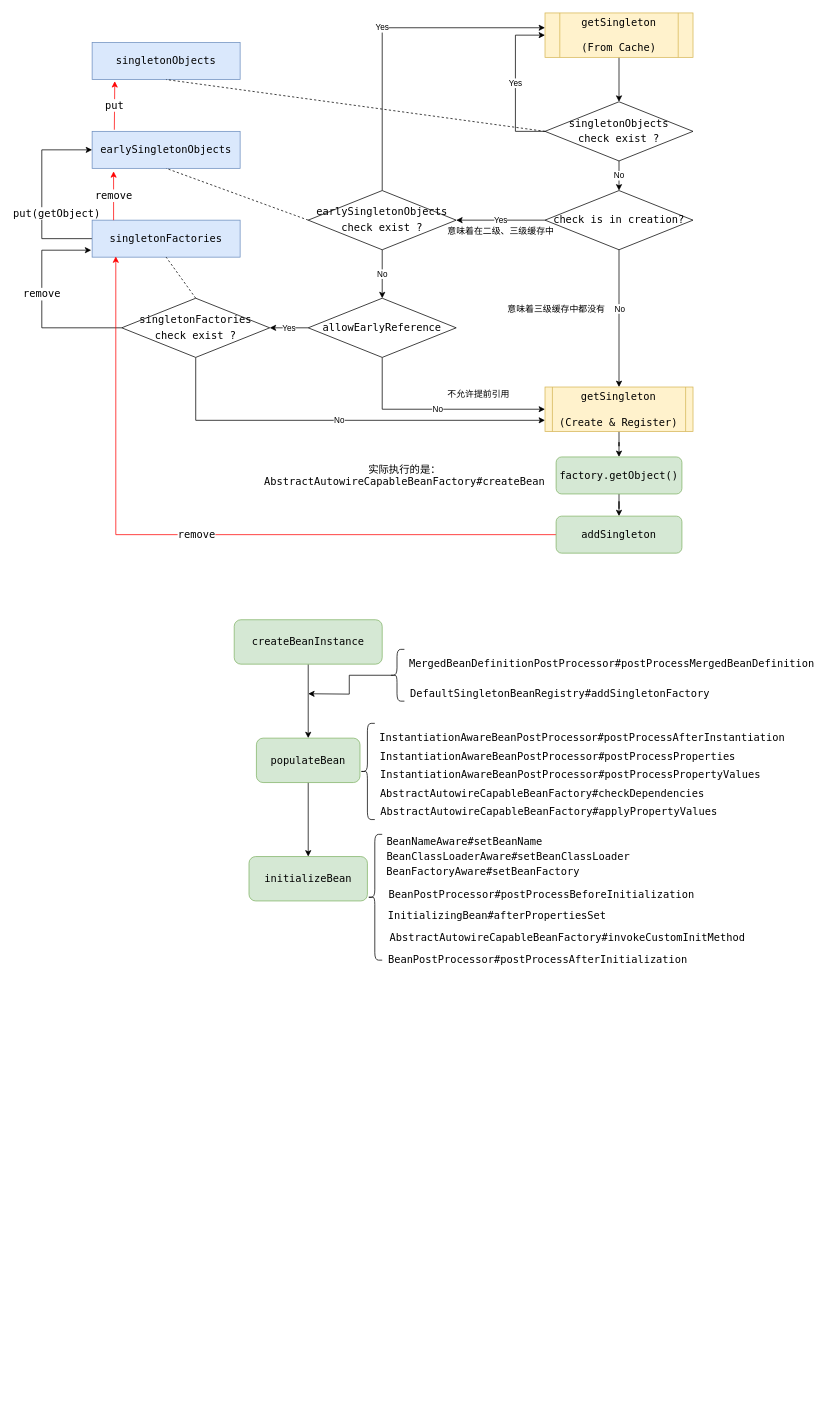
Above: Untitled Diagram.drawio in samson-bu/images (draw.io), before the change. Source tidied: cells renumbered, new cells numbered last; positions are measured from the earlier drawing's top-left corner, leaving out a move shared by most shapes. Both pictures are drawn from the tidied source at 74%, with x=0, y=0 at pixel (41, 13).
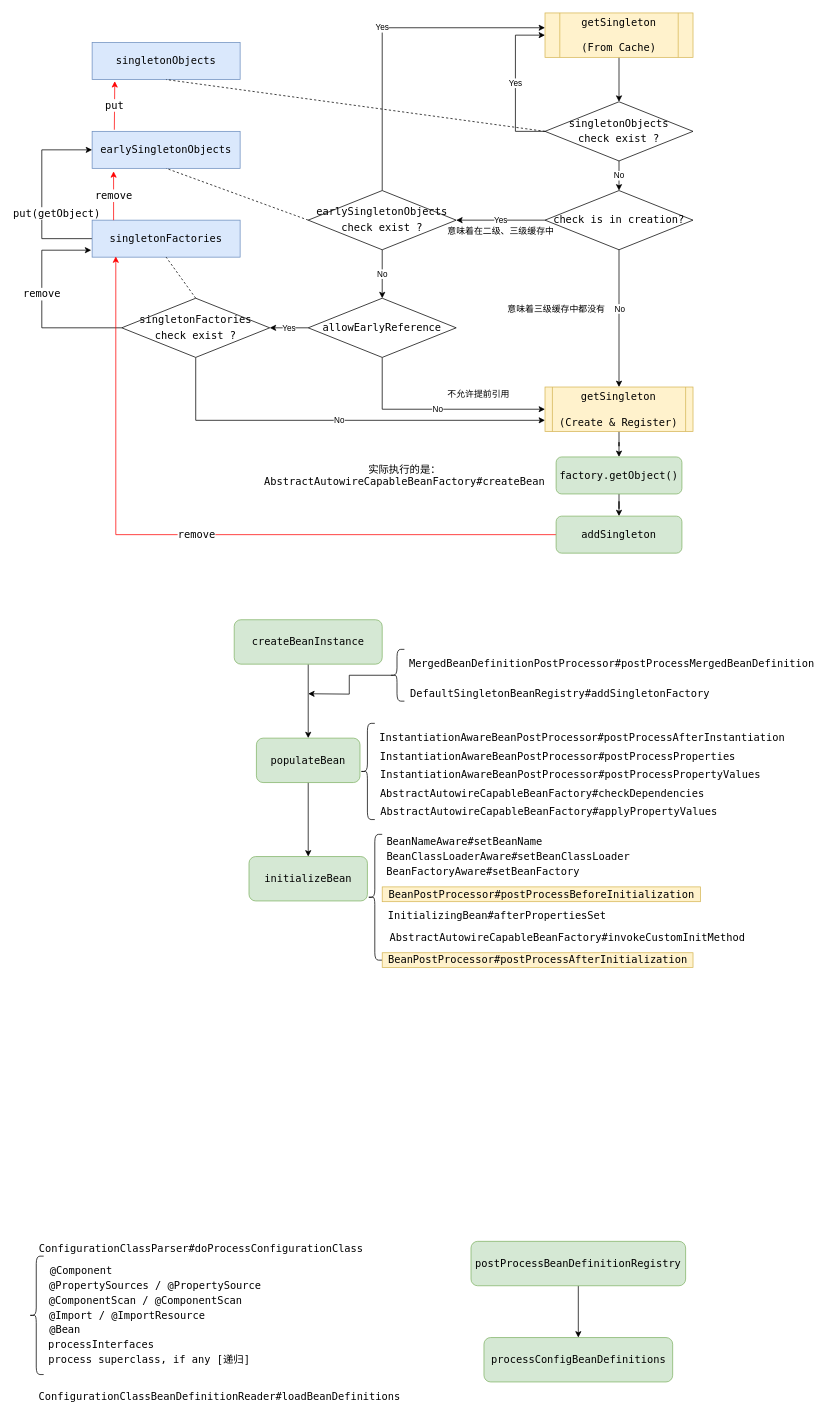
After the change.

Diff of the diagram source:
```diff
@@
-    <mxCell id="59" value="BeanPostProcessor#postProcessBeforeInitialization" style="text;html=1;align=center;verticalAlign=middle;strokeColor=none;fillColor=none;fontSize=14;fontFamily=Lucida Console;" parent="1" vertex="1">
+    <mxCell id="59" value="BeanPostProcessor#postProcessBeforeInitialization" style="text;html=1;align=center;verticalAlign=middle;strokeColor=#d6b656;fillColor=#fff2cc;fontSize=14;fontFamily=Lucida Console;" parent="1" vertex="1">
       <mxGeometry x="460" y="1181" width="430" height="20" as="geometry" />
     </mxCell>
@@
-    <mxCell id="62" value="BeanPostProcessor#postProcessAfterInitialization" style="text;html=1;align=center;verticalAlign=middle;strokeColor=none;fillColor=none;fontSize=14;fontFamily=Lucida Console;" parent="1" vertex="1">
+    <mxCell id="62" value="BeanPostProcessor#postProcessAfterInitialization" style="text;html=1;align=center;verticalAlign=middle;strokeColor=#d6b656;fillColor=#fff2cc;fontSize=14;fontFamily=Lucida Console;" parent="1" vertex="1">
       <mxGeometry x="460" y="1270" width="420" height="20" as="geometry" />
     </mxCell>
+    <mxCell id="63" style="edgeStyle=orthogonalEdgeStyle;rounded=0;jettySize=auto;html=1;fontFamily=Lucida Console;fontSize=14;" parent="1" edge="1" source="64" target="65">
+      <mxGeometry relative="1" as="geometry" />
+    </mxCell>
+    <mxCell id="64" value="postProcessBeanDefinitionRegistry" style="rounded=1;whiteSpace=wrap;html=1;fontFamily=Lucida Console;fontSize=14;fillColor=#d5e8d4;strokeColor=#82b366;" parent="1" vertex="1">
+      <mxGeometry x="580" y="1660" width="290" height="60" as="geometry" />
+    </mxCell>
+    <mxCell id="65" value="processConfigBeanDefinitions" style="whiteSpace=wrap;html=1;fontSize=14;fontFamily=Lucida Console;fillColor=#d5e8d4;strokeColor=#82b366;rounded=1;" parent="1" vertex="1">
+      <mxGeometry x="597.5" y="1790" width="255" height="60" as="geometry" />
+    </mxCell>
+    <mxCell id="66" value="ConfigurationClassParser#doProcessConfigurationClass" style="text;html=1;align=center;verticalAlign=middle;strokeColor=none;fillColor=none;fontSize=14;fontFamily=Lucida Console;" parent="1" vertex="1">
+      <mxGeometry x="-10" y="1660" width="450" height="20" as="geometry" />
+    </mxCell>
+    <mxCell id="67" style="shape=curlyBracket;whiteSpace=wrap;html=1;rounded=1;fontFamily=Lucida Console;fontSize=14;" parent="1" vertex="1">
+      <mxGeometry x="-17.5" y="1680" width="20" height="160" as="geometry" />
+    </mxCell>
+    <mxCell id="68" value="@Component" style="text;html=1;align=center;verticalAlign=middle;strokeColor=none;fillColor=none;fontSize=14;fontFamily=Lucida Console;" parent="1" vertex="1">
+      <mxGeometry x="2.5" y="1690" width="100" height="20" as="geometry" />
+    </mxCell>
+    <mxCell id="69" value="@PropertySources / @PropertySource" style="text;html=1;align=center;verticalAlign=middle;strokeColor=none;fillColor=none;fontSize=14;fontFamily=Lucida Console;" parent="1" vertex="1">
+      <mxGeometry x="2.5" y="1710" width="300" height="20" as="geometry" />
+    </mxCell>
+    <mxCell id="70" value="@ComponentScan / @ComponentScan" style="text;html=1;align=center;verticalAlign=middle;strokeColor=none;fillColor=none;fontSize=14;fontFamily=Lucida Console;" parent="1" vertex="1">
+      <mxGeometry x="-0.5" y="1730" width="280" height="20" as="geometry" />
+    </mxCell>
+    <mxCell id="71" value="@Import / @ImportResource" style="text;html=1;align=center;verticalAlign=middle;strokeColor=none;fillColor=none;fontSize=14;fontFamily=Lucida Console;" parent="1" vertex="1">
+      <mxGeometry x="-0.5" y="1750" width="230" height="20" as="geometry" />
+    </mxCell>
+    <mxCell id="72" value="@Bean" style="text;html=1;align=center;verticalAlign=middle;strokeColor=none;fillColor=none;fontSize=14;fontFamily=Lucida Console;" parent="1" vertex="1">
+      <mxGeometry x="0.5" y="1770" width="60" height="20" as="geometry" />
+    </mxCell>
+    <mxCell id="73" value="processInterfaces" style="text;html=1;align=center;verticalAlign=middle;strokeColor=none;fillColor=none;fontSize=14;fontFamily=Lucida Console;" parent="1" vertex="1">
+      <mxGeometry x="-0.5" y="1790" width="160" height="20" as="geometry" />
+    </mxCell>
+    <mxCell id="74" value="process superclass, if any [递归]" style="text;html=1;align=center;verticalAlign=middle;strokeColor=none;fillColor=none;fontSize=14;fontFamily=Lucida Console;" parent="1" vertex="1">
+      <mxGeometry x="-0.5" y="1810" width="290" height="20" as="geometry" />
+    </mxCell>
+    <mxCell id="75" value="ConfigurationClassBeanDefinitionReader#loadBeanDefinitions" style="text;html=1;align=center;verticalAlign=middle;strokeColor=none;fillColor=none;fontSize=14;fontFamily=Lucida Console;" parent="1" vertex="1">
+      <mxGeometry x="-10" y="1860" width="500" height="20" as="geometry" />
+    </mxCell>
```
